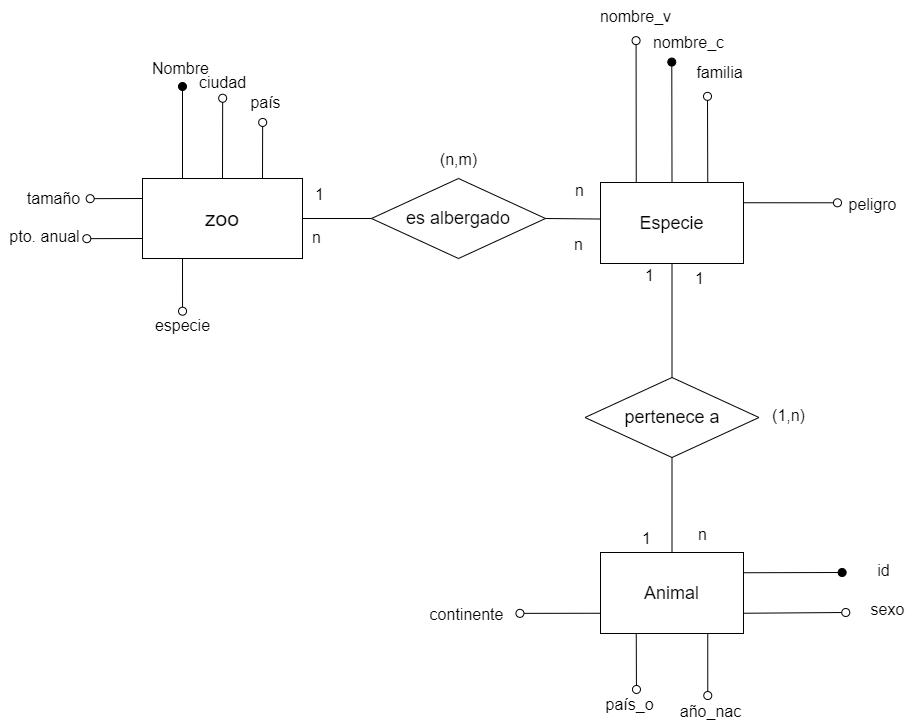
The draw.io diagram ejercicio2-zoo.drawio.png in bibifupi/Abril23, before a commit. Source tidied: cells renumbered, new cells last; positions are measured from the earlier drawing's top-left corner, leaving out a move shared by most shapes.
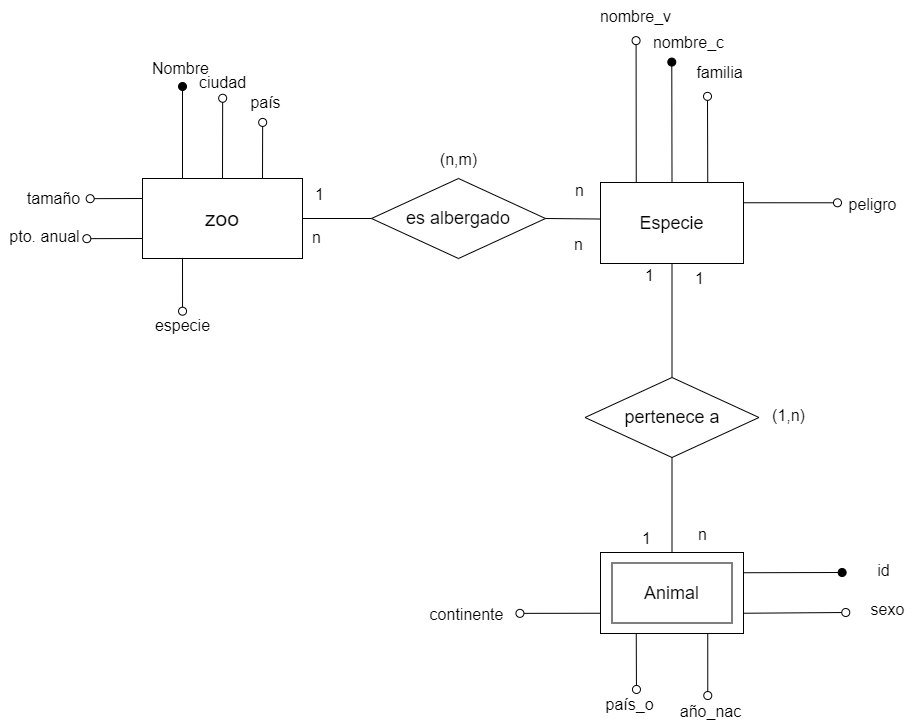
Later version of the same file.

Change to the diagram source:
```diff
@@ -179,5 +179,8 @@
     <mxCell id="50" value="(n,m)" style="text;html=1;align=center;verticalAlign=middle;strokeColor=none;fillColor=none;fontSize=16;" parent="1" vertex="1">
       <mxGeometry x="430.5" y="143.5" width="55" height="31" as="geometry" />
     </mxCell>
+    <mxCell id="51" style="rounded=0;whiteSpace=wrap;html=1;fillColor=none;" parent="1" vertex="1">
+      <mxGeometry x="611.5" y="562.5" width="120" height="60" as="geometry" />
+    </mxCell>
   </root>
 </mxGraphModel>
```
